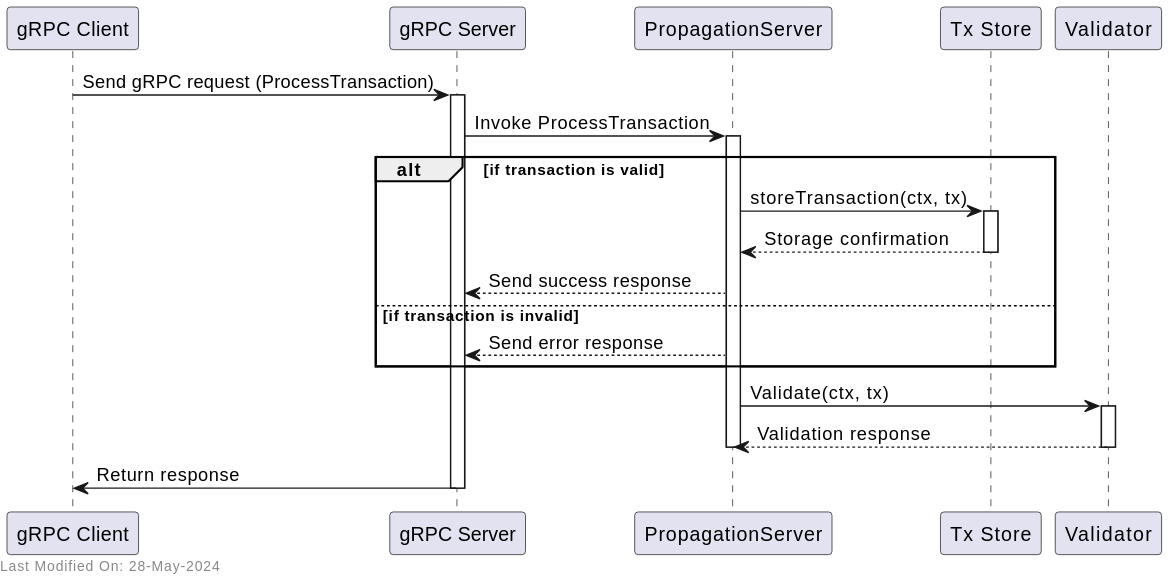
Above: docs/services/img/plantuml/propagation/propagation_grpc.svg in freemans13/teranode (PlantUML), before the change.
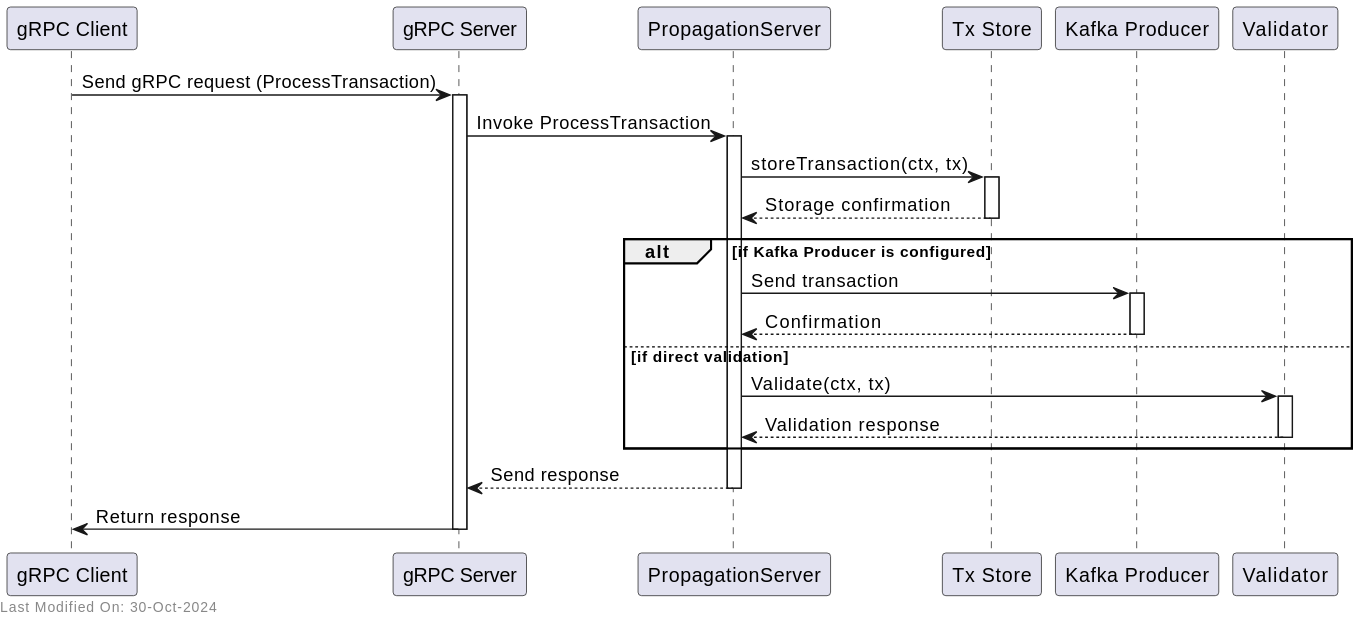
After the change.

Commit message:
Documentation - restructure Propagation Service documentation for better separation of design and reference documents #1393

Diff of the diagram source:
```diff
@@ -3,6 +3,7 @@
 participant "gRPC Server" as Server
 participant "PropagationServer" as PropagationServer
 participant "Tx Store" as TxStore
+participant "Kafka Producer" as KafkaProducer
 participant "Validator" as Validator
 
 Client -> Server: Send gRPC request (ProcessTransaction)
@@ -11,26 +12,27 @@
 Server -> PropagationServer: Invoke ProcessTransaction
 activate PropagationServer
 
+PropagationServer -> TxStore: storeTransaction(ctx, tx)
+activate TxStore
+TxStore --> PropagationServer: Storage confirmation
+deactivate TxStore
 
-alt if transaction is valid
-    PropagationServer -> TxStore: storeTransaction(ctx, tx)
-    activate TxStore
-    TxStore --> PropagationServer: Storage confirmation
-    deactivate TxStore
-    PropagationServer --> Server: Send success response
-else if transaction is invalid
-    PropagationServer --> Server: Send error response
+alt if Kafka Producer is configured
+    PropagationServer -> KafkaProducer: Send transaction
+    activate KafkaProducer
+    KafkaProducer --> PropagationServer: Confirmation
+    deactivate KafkaProducer
+else if direct validation
+    PropagationServer -> Validator: Validate(ctx, tx)
+    activate Validator
+    Validator --> PropagationServer: Validation response
+    deactivate Validator
 end
 
-
-PropagationServer -> Validator: Validate(ctx, tx)
-activate Validator
-Validator --> PropagationServer: Validation response
-deactivate Validator
-
+PropagationServer --> Server: Send response
 deactivate PropagationServer
 Server -> Client: Return response
 deactivate Server
 
-left footer Last Modified On: 28-May-2024
+left footer Last Modified On: %date("dd-MMM-yyyy")
 @enduml
```
